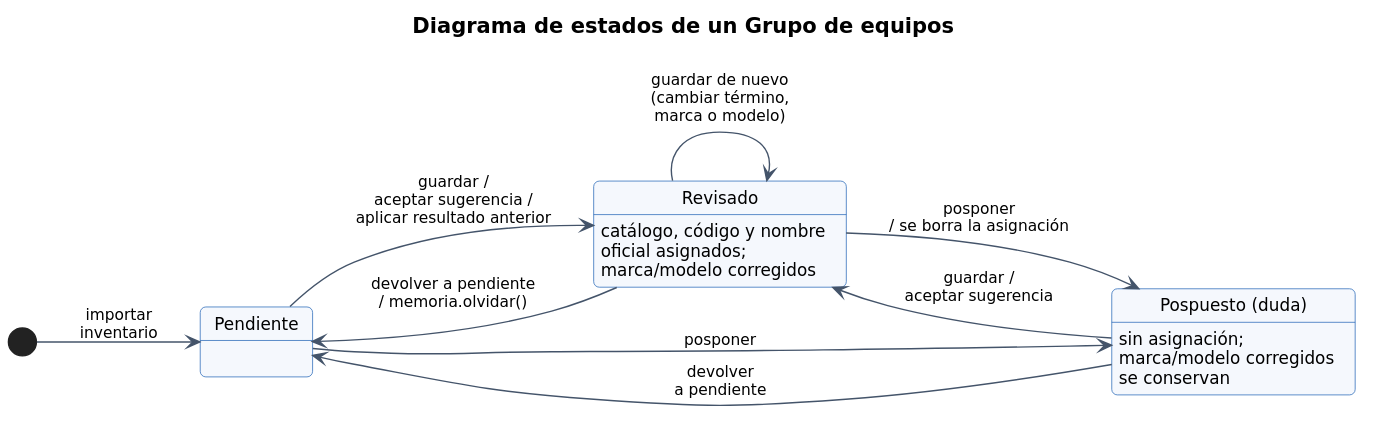
The PlantUML diagram documentacion/diagramas-uml/d15_estados_grupo.svg in JuanAnanin/catalogador-inventario, before a commit.
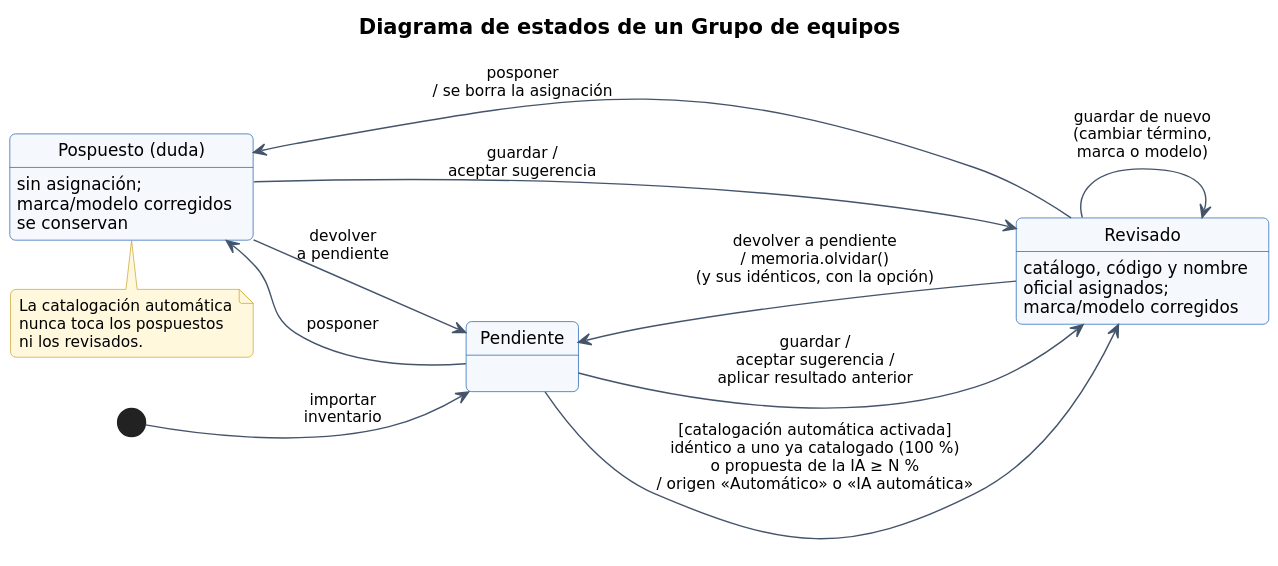
Above is the later version.

Diff of the diagram source:
```diff
@@ -7,10 +7,16 @@
 state Revisado : catálogo, código y nombre\noficial asignados;\nmarca/modelo corregidos
 state "Pospuesto (duda)" as Pospuesto : sin asignación;\nmarca/modelo corregidos\nse conservan
 Pendiente --> Revisado : guardar /\naceptar sugerencia /\naplicar resultado anterior
+Pendiente --> Revisado : [catalogación automática activada]\nidéntico a uno ya catalogado (100 %)\no propuesta de la IA ≥ N %\n/ origen «Automático» o «IA automática»
 Pendiente --> Pospuesto : posponer
 Pospuesto --> Revisado : guardar /\naceptar sugerencia
 Revisado --> Revisado : guardar de nuevo\n(cambiar término,\nmarca o modelo)
 Revisado --> Pospuesto : posponer\n/ se borra la asignación
-Revisado --> Pendiente : devolver a pendiente\n/ memoria.olvidar()
+Revisado --> Pendiente : devolver a pendiente\n/ memoria.olvidar()\n(y sus idénticos, con la opción)
 Pospuesto --> Pendiente : devolver\na pendiente
+note bottom of Pospuesto
+  La catalogación automática
+  nunca toca los pospuestos
+  ni los revisados.
+end note
 @enduml
```
